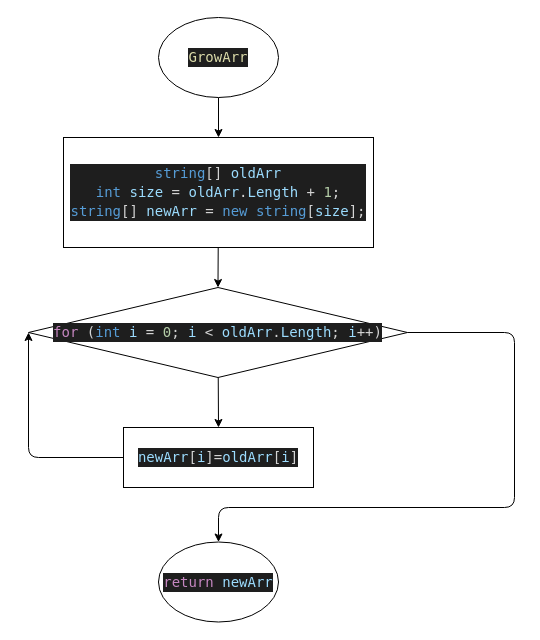
ilya-devel/task-for-choosing-a-specialization keeps this draw.io diagram as page "GrowArr" (3 of 5) of diagram.drawio. Above is the earlier version. Source tidied: cells renumbered, new cells numbered last; positions are measured from the earlier drawing's top-left corner, leaving out a move shared by most shapes. Both pictures are drawn from the tidied source at 100%, with x=0, y=0 at pixel (28, 17).
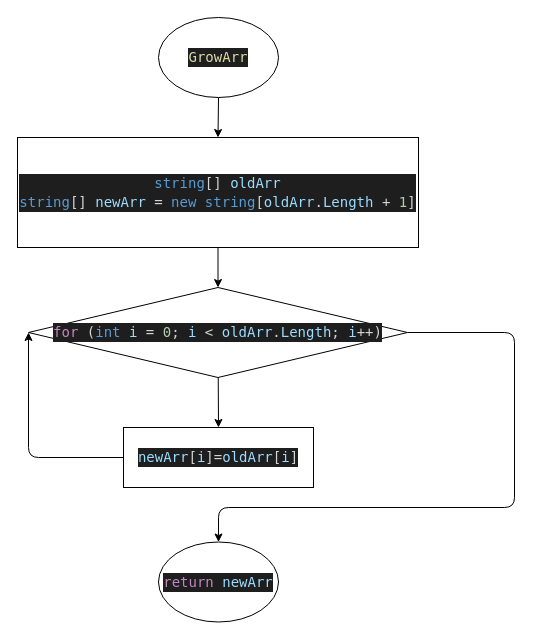
The same diagram, later.

What changed in the source:
```diff
@@
 <mxGraphModel>
   <root>
     <mxCell id="0" />
     <mxCell id="1" parent="0" />
     <mxCell id="2" style="edgeStyle=none;html=1;entryX=0.5;entryY=0;entryDx=0;entryDy=0;" parent="1" edge="1" source="3" target="5">
       <mxGeometry relative="1" as="geometry" />
     </mxCell>
     <mxCell id="3" value="&lt;div style=&quot;color: rgb(212 , 212 , 212) ; background-color: rgb(30 , 30 , 30) ; font-family: &amp;#34;droid sans mono&amp;#34; , &amp;#34;monospace&amp;#34; , monospace ; font-size: 14px ; line-height: 19px&quot;&gt;&lt;span style=&quot;color: #dcdcaa&quot;&gt;GrowArr&lt;/span&gt;&lt;/div&gt;" style="ellipse;whiteSpace=wrap;html=1;" parent="1" vertex="1">
       <mxGeometry x="130" width="120" height="80" as="geometry" />
     </mxCell>
     <mxCell id="4" style="edgeStyle=none;html=1;entryX=0.5;entryY=0;entryDx=0;entryDy=0;" parent="1" edge="1" source="5" target="8">
       <mxGeometry relative="1" as="geometry" />
     </mxCell>
-    <mxCell id="5" value="&lt;div style=&quot;color: rgb(212 , 212 , 212) ; background-color: rgb(30 , 30 , 30) ; font-family: &amp;#34;droid sans mono&amp;#34; , &amp;#34;monospace&amp;#34; , monospace ; font-size: 14px ; line-height: 19px&quot;&gt;&lt;span style=&quot;color: #569cd6&quot;&gt;string&lt;/span&gt;[] &lt;span style=&quot;color: #9cdcfe&quot;&gt;oldArr&lt;/span&gt;&lt;/div&gt;&lt;div style=&quot;color: rgb(212 , 212 , 212) ; background-color: rgb(30 , 30 , 30) ; font-family: &amp;#34;droid sans mono&amp;#34; , &amp;#34;monospace&amp;#34; , monospace ; font-size: 14px ; line-height: 19px&quot;&gt;&lt;div style=&quot;font-family: &amp;#34;droid sans mono&amp;#34; , &amp;#34;monospace&amp;#34; , monospace ; line-height: 19px&quot;&gt;&lt;div&gt;&lt;span style=&quot;color: #569cd6&quot;&gt;int&lt;/span&gt; &lt;span style=&quot;color: #9cdcfe&quot;&gt;size&lt;/span&gt; = &lt;span style=&quot;color: #9cdcfe&quot;&gt;oldArr&lt;/span&gt;.&lt;span style=&quot;color: #9cdcfe&quot;&gt;Length&lt;/span&gt; + &lt;span style=&quot;color: #b5cea8&quot;&gt;1&lt;/span&gt;;&lt;/div&gt;&lt;div&gt;            &lt;span style=&quot;color: #569cd6&quot;&gt;string&lt;/span&gt;[] &lt;span style=&quot;color: #9cdcfe&quot;&gt;newArr&lt;/span&gt; = &lt;span style=&quot;color: #569cd6&quot;&gt;new&lt;/span&gt; &lt;span style=&quot;color: #569cd6&quot;&gt;string&lt;/span&gt;[&lt;span style=&quot;color: #9cdcfe&quot;&gt;size&lt;/span&gt;];&lt;/div&gt;&lt;/div&gt;&lt;/div&gt;" style="rounded=0;whiteSpace=wrap;html=1;" parent="1" vertex="1">
-      <mxGeometry x="35" y="120" width="310" height="110" as="geometry" />
+    <mxCell id="5" value="&lt;div style=&quot;color: rgb(212 , 212 , 212) ; background-color: rgb(30 , 30 , 30) ; font-family: &amp;#34;droid sans mono&amp;#34; , &amp;#34;monospace&amp;#34; , monospace ; font-size: 14px ; line-height: 19px&quot;&gt;&lt;span style=&quot;color: #569cd6&quot;&gt;string&lt;/span&gt;[] &lt;span style=&quot;color: #9cdcfe&quot;&gt;oldArr&lt;/span&gt;&lt;/div&gt;&lt;div style=&quot;color: rgb(212 , 212 , 212) ; background-color: rgb(30 , 30 , 30) ; font-family: &amp;#34;droid sans mono&amp;#34; , &amp;#34;monospace&amp;#34; , monospace ; font-size: 14px ; line-height: 19px&quot;&gt;&lt;div style=&quot;font-family: &amp;#34;droid sans mono&amp;#34; , &amp;#34;monospace&amp;#34; , monospace ; line-height: 19px&quot;&gt;&lt;div style=&quot;font-family: &amp;#34;droid sans mono&amp;#34; , &amp;#34;monospace&amp;#34; , monospace ; line-height: 19px&quot;&gt;&lt;span style=&quot;color: #569cd6&quot;&gt;string&lt;/span&gt;[] &lt;span style=&quot;color: #9cdcfe&quot;&gt;newArr&lt;/span&gt; = &lt;span style=&quot;color: #569cd6&quot;&gt;new&lt;/span&gt; &lt;span style=&quot;color: #569cd6&quot;&gt;string&lt;/span&gt;[&lt;span style=&quot;color: #9cdcfe&quot;&gt;oldArr&lt;/span&gt;.&lt;span style=&quot;color: #9cdcfe&quot;&gt;Length&lt;/span&gt; + &lt;span style=&quot;color: #b5cea8&quot;&gt;1&lt;/span&gt;]&lt;/div&gt;&lt;/div&gt;&lt;/div&gt;" style="rounded=0;whiteSpace=wrap;html=1;" parent="1" vertex="1">
+      <mxGeometry x="-11" y="120" width="401" height="110" as="geometry" />
     </mxCell>
     <mxCell id="6" style="edgeStyle=none;html=1;entryX=0.5;entryY=0;entryDx=0;entryDy=0;" parent="1" edge="1" source="8" target="10">
       <mxGeometry relative="1" as="geometry" />
     </mxCell>
     <mxCell id="7" style="edgeStyle=none;html=1;" parent="1" edge="1" source="8" target="11">
       <mxGeometry relative="1" as="geometry">
         <Array as="points">
           <mxPoint x="486" y="315" />
           <mxPoint x="486" y="490" />
           <mxPoint x="190" y="490" />
         </Array>
       </mxGeometry>
     </mxCell>
     <mxCell id="8" value="&lt;div style=&quot;color: rgb(212 , 212 , 212) ; background-color: rgb(30 , 30 , 30) ; font-family: &amp;#34;droid sans mono&amp;#34; , &amp;#34;monospace&amp;#34; , monospace ; font-size: 14px ; line-height: 19px&quot;&gt;&lt;span style=&quot;color: #c586c0&quot;&gt;for&lt;/span&gt; (&lt;span style=&quot;color: #569cd6&quot;&gt;int&lt;/span&gt; &lt;span style=&quot;color: #9cdcfe&quot;&gt;i&lt;/span&gt; = &lt;span style=&quot;color: #b5cea8&quot;&gt;0&lt;/span&gt;; &lt;span style=&quot;color: #9cdcfe&quot;&gt;i&lt;/span&gt; &amp;lt; &lt;span style=&quot;color: #9cdcfe&quot;&gt;oldArr&lt;/span&gt;.&lt;span style=&quot;color: #9cdcfe&quot;&gt;Length&lt;/span&gt;; &lt;span style=&quot;color: #9cdcfe&quot;&gt;i&lt;/span&gt;++)&lt;/div&gt;" style="rhombus;whiteSpace=wrap;html=1;" parent="1" vertex="1">
       <mxGeometry y="270" width="379" height="90" as="geometry" />
     </mxCell>
     <mxCell id="9" style="edgeStyle=none;html=1;entryX=0;entryY=0.5;entryDx=0;entryDy=0;" parent="1" edge="1" source="10" target="8">
       <mxGeometry relative="1" as="geometry">
         <Array as="points">
           <mxPoint y="440" />
         </Array>
       </mxGeometry>
     </mxCell>
     <mxCell id="10" value="&lt;div style=&quot;color: rgb(212 , 212 , 212) ; background-color: rgb(30 , 30 , 30) ; font-family: &amp;#34;droid sans mono&amp;#34; , &amp;#34;monospace&amp;#34; , monospace ; font-size: 14px ; line-height: 19px&quot;&gt;&lt;span style=&quot;color: #9cdcfe&quot;&gt;newArr&lt;/span&gt;[&lt;span style=&quot;color: #9cdcfe&quot;&gt;i&lt;/span&gt;]=&lt;span style=&quot;color: #9cdcfe&quot;&gt;oldArr&lt;/span&gt;[&lt;span style=&quot;color: #9cdcfe&quot;&gt;i&lt;/span&gt;]&lt;/div&gt;" style="rounded=0;whiteSpace=wrap;html=1;" parent="1" vertex="1">
       <mxGeometry x="95" y="410" width="190" height="60" as="geometry" />
     </mxCell>
     <mxCell id="11" value="&lt;div style=&quot;color: rgb(212 , 212 , 212) ; background-color: rgb(30 , 30 , 30) ; font-family: &amp;#34;droid sans mono&amp;#34; , &amp;#34;monospace&amp;#34; , monospace ; font-size: 14px ; line-height: 19px&quot;&gt;&lt;span style=&quot;color: #c586c0&quot;&gt;return&lt;/span&gt; &lt;span style=&quot;color: #9cdcfe&quot;&gt;newArr&lt;/span&gt;&lt;/div&gt;" style="ellipse;whiteSpace=wrap;html=1;" parent="1" vertex="1">
       <mxGeometry x="130" y="524.5" width="120" height="80" as="geometry" />
     </mxCell>
   </root>
 </mxGraphModel>
```
